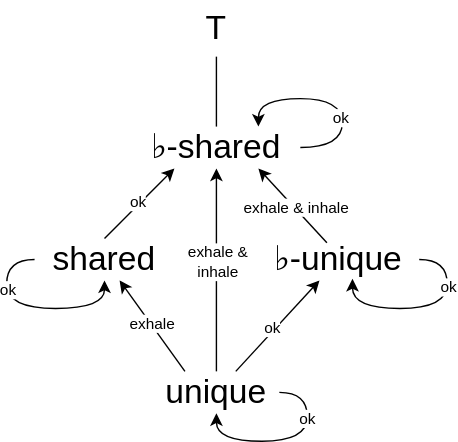
Earlier version of the draw.io export images/calls-graph.svg (francescoo22/masters-thesis). Source tidied: cells renumbered, new cells last; positions are measured from the earlier drawing's top-left corner, leaving out a move shared by most shapes.
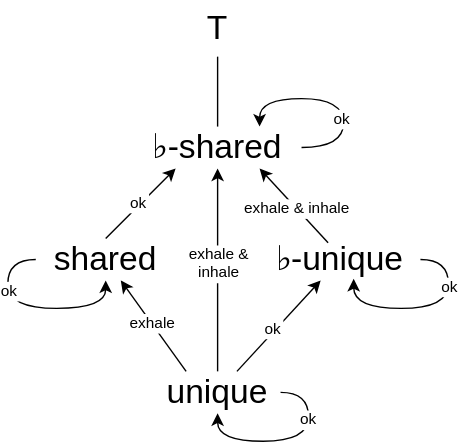
Later version of the same file.

Change to the diagram source:
```diff
@@ -11,7 +11,7 @@
     <mxCell id="4" style="edgeStyle=orthogonalEdgeStyle;rounded=0;jettySize=auto;html=1;entryX=0.5;entryY=1;entryDx=0;entryDy=0;" parent="1" edge="1" source="6" target="17">
       <mxGeometry relative="1" as="geometry" />
     </mxCell>
-    <mxCell id="5" value="exhale &amp;amp;&lt;br&gt;inhale" style="edgeLabel;html=1;align=center;verticalAlign=middle;" parent="4" vertex="1">
+    <mxCell id="5" value="exhale &amp;&#10;inhale" style="edgeLabel;align=center;verticalAlign=middle;" parent="4" vertex="1">
       <mxGeometry x="0.08" y="-1" relative="1" as="geometry" />
     </mxCell>
     <mxCell id="6" value="&lt;font style=&quot;font-size: 24px;&quot;&gt;unique&lt;/font&gt;" style="text;html=1;align=center;verticalAlign=middle;whiteSpace=wrap;rounded=0;" parent="1" vertex="1">
@@ -20,7 +20,7 @@
     <mxCell id="7" style="rounded=0;jettySize=auto;html=1;endArrow=none;endFill=0;entryX=0.25;entryY=0;entryDx=0;entryDy=0;startArrow=classic;startFill=1;" parent="1" edge="1" source="9" target="6">
       <mxGeometry relative="1" as="geometry" />
     </mxCell>
-    <mxCell id="8" value="exhale" style="edgeLabel;html=1;align=center;verticalAlign=middle;" parent="7" vertex="1">
+    <mxCell id="8" value="exhale" style="edgeLabel;align=center;verticalAlign=middle;" parent="7" vertex="1">
       <mxGeometry x="-0.06" y="1" relative="1" as="geometry" />
     </mxCell>
     <mxCell id="9" value="&lt;font style=&quot;font-size: 24px;&quot;&gt;shared&lt;/font&gt;" style="text;html=1;align=center;verticalAlign=middle;whiteSpace=wrap;rounded=0;" parent="1" vertex="1">
@@ -29,7 +29,7 @@
     <mxCell id="10" style="rounded=0;jettySize=auto;html=1;endArrow=none;endFill=0;startArrow=classic;startFill=1;" parent="1" edge="1" source="12" target="6">
       <mxGeometry relative="1" as="geometry" />
     </mxCell>
-    <mxCell id="11" value="ok" style="edgeLabel;html=1;align=center;verticalAlign=middle;" parent="10" vertex="1">
+    <mxCell id="11" value="ok" style="edgeLabel;align=center;verticalAlign=middle;" parent="10" vertex="1">
       <mxGeometry x="0.09" y="-2" relative="1" as="geometry" />
     </mxCell>
     <mxCell id="12" value="&lt;font style=&quot;font-size: 24px;&quot;&gt;♭-unique&lt;/font&gt;" style="text;html=1;align=center;verticalAlign=middle;whiteSpace=wrap;rounded=0;" parent="1" vertex="1">
@@ -38,7 +38,7 @@
     <mxCell id="13" style="rounded=0;jettySize=auto;html=1;exitX=0.25;exitY=1;exitDx=0;exitDy=0;entryX=0.5;entryY=0;entryDx=0;entryDy=0;endArrow=none;endFill=0;startArrow=classic;startFill=1;" parent="1" edge="1" source="17" target="9">
       <mxGeometry relative="1" as="geometry" />
     </mxCell>
-    <mxCell id="14" value="ok" style="edgeLabel;html=1;align=center;verticalAlign=middle;" parent="13" vertex="1">
+    <mxCell id="14" value="ok" style="edgeLabel;align=center;verticalAlign=middle;" parent="13" vertex="1">
       <mxGeometry x="0.01" y="-2" relative="1" as="geometry" />
     </mxCell>
     <mxCell id="15" style="edgeStyle=orthogonalEdgeStyle;rounded=0;orthogonalLoop=1;jettySize=auto;html=1;curved=1;exitX=1;exitY=0.5;exitDx=0;exitDy=0;entryX=0.75;entryY=0;entryDx=0;entryDy=0;" parent="1" edge="1" source="17" target="17">
@@ -50,7 +50,7 @@
         </Array>
       </mxGeometry>
     </mxCell>
-    <mxCell id="16" value="ok" style="edgeLabel;html=1;align=center;verticalAlign=middle;" parent="15" vertex="1">
+    <mxCell id="16" value="ok" style="edgeLabel;align=center;verticalAlign=middle;labelBackgroundColor=default;" parent="15" vertex="1">
       <mxGeometry x="-0.3" y="1" relative="1" as="geometry" />
     </mxCell>
     <mxCell id="17" value="&lt;font style=&quot;font-size: 24px;&quot;&gt;♭-shared&lt;/font&gt;" style="text;html=1;align=center;verticalAlign=middle;whiteSpace=wrap;rounded=0;" parent="1" vertex="1">
@@ -59,25 +59,25 @@
     <mxCell id="18" style="rounded=0;jettySize=auto;html=1;exitX=0.75;exitY=1;exitDx=0;exitDy=0;entryX=0.426;entryY=0.1;entryDx=0;entryDy=0;entryPerimeter=0;endArrow=none;endFill=0;startArrow=classic;startFill=1;" parent="1" edge="1" source="17" target="12">
       <mxGeometry relative="1" as="geometry" />
     </mxCell>
-    <mxCell id="19" value="exhale &amp;amp; inhale" style="edgeLabel;html=1;align=center;verticalAlign=middle;" parent="18" vertex="1">
+    <mxCell id="19" value="exhale &amp; inhale" style="edgeLabel;align=center;verticalAlign=middle;" parent="18" vertex="1">
       <mxGeometry x="0.07" y="1" relative="1" as="geometry" />
     </mxCell>
     <mxCell id="20" style="edgeStyle=orthogonalEdgeStyle;rounded=0;orthogonalLoop=1;jettySize=auto;html=1;entryX=0.5;entryY=1;entryDx=0;entryDy=0;curved=1;exitX=1;exitY=0.5;exitDx=0;exitDy=0;" parent="1" edge="1" source="6" target="6">
       <mxGeometry relative="1" as="geometry" />
     </mxCell>
-    <mxCell id="21" value="ok" style="edgeLabel;html=1;align=center;verticalAlign=middle;" parent="20" vertex="1">
+    <mxCell id="21" value="ok" style="edgeLabel;align=center;verticalAlign=middle;" parent="20" vertex="1">
       <mxGeometry x="-0.45" relative="1" as="geometry" />
     </mxCell>
     <mxCell id="22" style="edgeStyle=orthogonalEdgeStyle;rounded=0;orthogonalLoop=1;jettySize=auto;html=1;exitX=1;exitY=0.5;exitDx=0;exitDy=0;curved=1;entryX=0.585;entryY=0.962;entryDx=0;entryDy=0;entryPerimeter=0;" parent="1" edge="1" source="12" target="12">
       <mxGeometry relative="1" as="geometry" />
     </mxCell>
-    <mxCell id="23" value="ok" style="edgeLabel;html=1;align=center;verticalAlign=middle;" parent="22" vertex="1">
+    <mxCell id="23" value="ok" style="edgeLabel;align=center;verticalAlign=middle;" parent="22" vertex="1">
       <mxGeometry x="-0.46" y="1" relative="1" as="geometry" />
     </mxCell>
     <mxCell id="24" style="edgeStyle=orthogonalEdgeStyle;rounded=0;orthogonalLoop=1;jettySize=auto;html=1;entryX=0.5;entryY=1;entryDx=0;entryDy=0;curved=1;exitX=0;exitY=0.5;exitDx=0;exitDy=0;" parent="1" edge="1" source="9" target="9">
       <mxGeometry relative="1" as="geometry" />
     </mxCell>
-    <mxCell id="25" value="ok" style="edgeLabel;html=1;align=center;verticalAlign=middle;" parent="24" vertex="1">
+    <mxCell id="25" value="ok" style="edgeLabel;align=center;verticalAlign=middle;" parent="24" vertex="1">
       <mxGeometry x="-0.43" y="1" relative="1" as="geometry" />
     </mxCell>
   </root>
```
